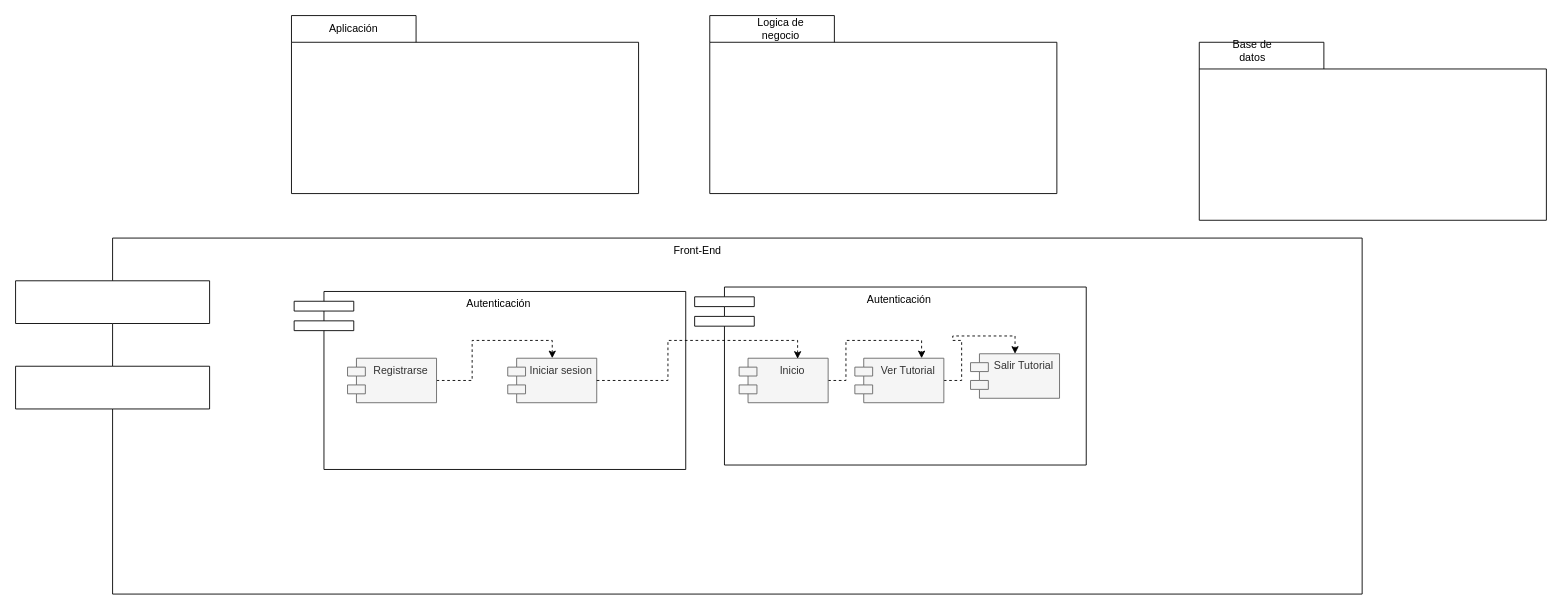
This is page "Página-2" (2 of 2) of Diagrama de paquetes Back-End.drawio from andrescastillo1996/documentacionMundoOrigami, a draw.io file, before an edit. Source tidied: cells renumbered, new cells numbered last; positions are measured from the earlier drawing's top-left corner, leaving out a move shared by most shapes. Both pictures are drawn from the tidied source at 89%, with x=0, y=0 at pixel (15, 15).
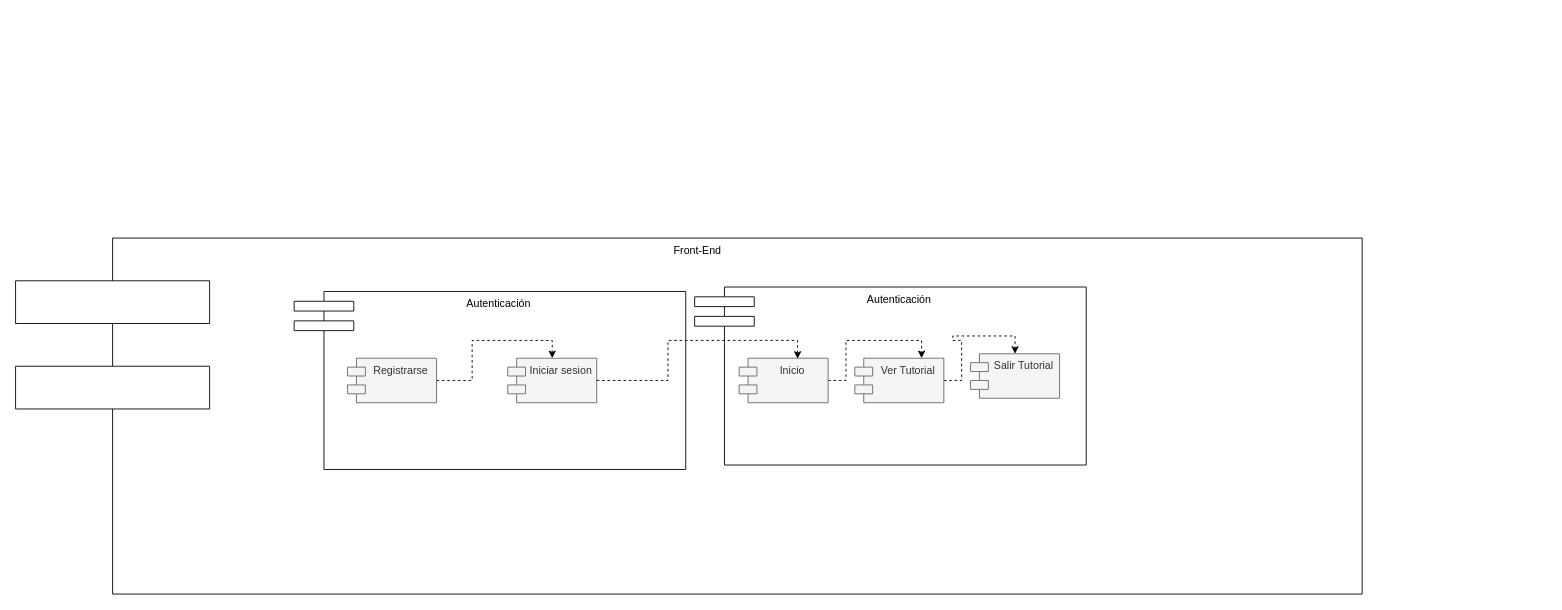
After the change.

What changed in the source:
```diff
@@
 <mxGraphModel>
   <root>
     <mxCell id="0" />
     <mxCell id="1" parent="0" />
     <mxCell id="2" value="Front-End" style="shape=module;align=left;spacingLeft=20;align=center;verticalAlign=top;jettyWidth=218;jettyHeight=48;" parent="1" vertex="1">
       <mxGeometry y="250" width="1513" height="400" as="geometry" />
     </mxCell>
     <mxCell id="3" value="Autenticación" style="shape=module;align=left;spacingLeft=20;align=center;verticalAlign=top;jettyWidth=67;jettyHeight=11;" parent="1" vertex="1">
       <mxGeometry x="313" y="310" width="440" height="200" as="geometry" />
     </mxCell>
     <mxCell id="4" style="edgeStyle=orthogonalEdgeStyle;rounded=0;jettySize=auto;html=1;entryX=0.5;entryY=0;entryDx=0;entryDy=0;dashed=1;" parent="1" edge="1" source="5" target="6">
       <mxGeometry relative="1" as="geometry" />
     </mxCell>
     <mxCell id="5" value="Registrarse" style="shape=module;align=left;spacingLeft=20;align=center;verticalAlign=top;fillColor=#f5f5f5;strokeColor=#666666;fontColor=#333333;" parent="1" vertex="1">
       <mxGeometry x="373" y="385" width="100" height="50" as="geometry" />
     </mxCell>
     <mxCell id="6" value="Iniciar sesion" style="shape=module;align=left;spacingLeft=20;align=center;verticalAlign=top;fillColor=#f5f5f5;fontColor=#333333;strokeColor=#666666;" parent="1" vertex="1">
       <mxGeometry x="553" y="385" width="100" height="50" as="geometry" />
     </mxCell>
     <mxCell id="7" value="Autenticación" style="shape=module;align=left;spacingLeft=20;align=center;verticalAlign=top;jettyWidth=67;jettyHeight=11;" parent="1" vertex="1">
       <mxGeometry x="763" y="305" width="440" height="200" as="geometry" />
     </mxCell>
     <mxCell id="8" style="edgeStyle=orthogonalEdgeStyle;rounded=0;jettySize=auto;html=1;entryX=0.5;entryY=0;entryDx=0;entryDy=0;dashed=1;" parent="1" edge="1" source="9" target="13">
       <mxGeometry relative="1" as="geometry" />
     </mxCell>
     <mxCell id="9" value="Ver Tutorial" style="shape=module;align=left;spacingLeft=20;align=center;verticalAlign=top;fillColor=#f5f5f5;strokeColor=#666666;fontColor=#333333;" parent="1" vertex="1">
       <mxGeometry x="943" y="385" width="100" height="50" as="geometry" />
     </mxCell>
     <mxCell id="10" style="edgeStyle=orthogonalEdgeStyle;rounded=0;jettySize=auto;html=1;entryX=0.75;entryY=0;entryDx=0;entryDy=0;dashed=1;" parent="1" edge="1" source="11" target="9">
       <mxGeometry relative="1" as="geometry" />
     </mxCell>
     <mxCell id="11" value="Inicio" style="shape=module;align=left;spacingLeft=20;align=center;verticalAlign=top;fillColor=#f5f5f5;strokeColor=#666666;fontColor=#333333;" parent="1" vertex="1">
       <mxGeometry x="813" y="385" width="100" height="50" as="geometry" />
     </mxCell>
     <mxCell id="12" style="edgeStyle=orthogonalEdgeStyle;rounded=0;jettySize=auto;html=1;entryX=0.657;entryY=0.013;entryDx=0;entryDy=0;entryPerimeter=0;dashed=1;" parent="1" edge="1" source="6" target="11">
       <mxGeometry relative="1" as="geometry" />
     </mxCell>
     <mxCell id="13" value="Salir Tutorial" style="shape=module;align=left;spacingLeft=20;align=center;verticalAlign=top;fillColor=#f5f5f5;strokeColor=#666666;fontColor=#333333;" parent="1" vertex="1">
       <mxGeometry x="1073" y="380" width="100" height="50" as="geometry" />
     </mxCell>
-    <mxCell id="14" style="shape=folder;fontStyle=1;spacingTop=10;tabWidth=140;tabHeight=30;tabPosition=left;html=1;" parent="1" vertex="1">
-      <mxGeometry x="310" width="390" height="200" as="geometry" />
-    </mxCell>
-    <mxCell id="15" value="Aplicación" style="text;html=1;strokeColor=none;fillColor=none;align=center;verticalAlign=middle;whiteSpace=wrap;rounded=0;" parent="1" vertex="1">
-      <mxGeometry x="350" width="60" height="30" as="geometry" />
-    </mxCell>
-    <mxCell id="16" style="shape=folder;fontStyle=1;spacingTop=10;tabWidth=140;tabHeight=30;tabPosition=left;html=1;" parent="1" vertex="1">
-      <mxGeometry x="780" width="390" height="200" as="geometry" />
-    </mxCell>
-    <mxCell id="17" style="shape=folder;fontStyle=1;spacingTop=10;tabWidth=140;tabHeight=30;tabPosition=left;html=1;" parent="1" vertex="1">
-      <mxGeometry x="1330" y="30" width="390" height="200" as="geometry" />
-    </mxCell>
-    <mxCell id="18" value="Base de datos" style="text;html=1;strokeColor=none;fillColor=none;align=center;verticalAlign=middle;whiteSpace=wrap;rounded=0;" parent="1" vertex="1">
-      <mxGeometry x="1360" y="25" width="60" height="30" as="geometry" />
-    </mxCell>
-    <mxCell id="19" value="Logica de negocio" style="text;html=1;strokeColor=none;fillColor=none;align=center;verticalAlign=middle;whiteSpace=wrap;rounded=0;" parent="1" vertex="1">
-      <mxGeometry x="830" width="60" height="30" as="geometry" />
-    </mxCell>
   </root>
 </mxGraphModel>
```
